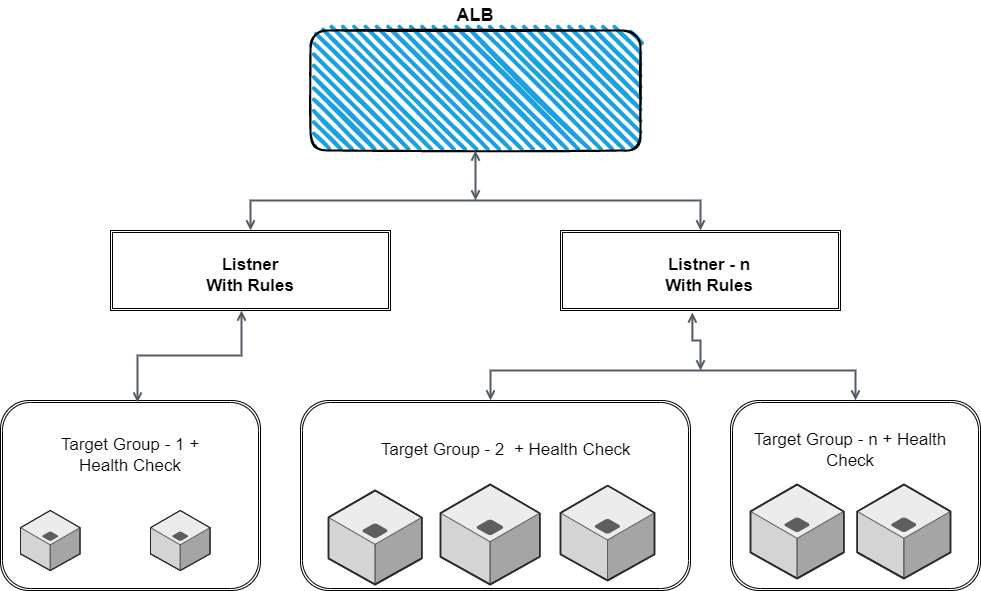
Above: Tools/ALB.drawio.png in ManuGeorge96/ManuGeorge96 (draw.io), before the change. Source tidied: cells renumbered, new cells last; positions are measured from the earlier drawing's top-left corner, leaving out a move shared by most shapes.
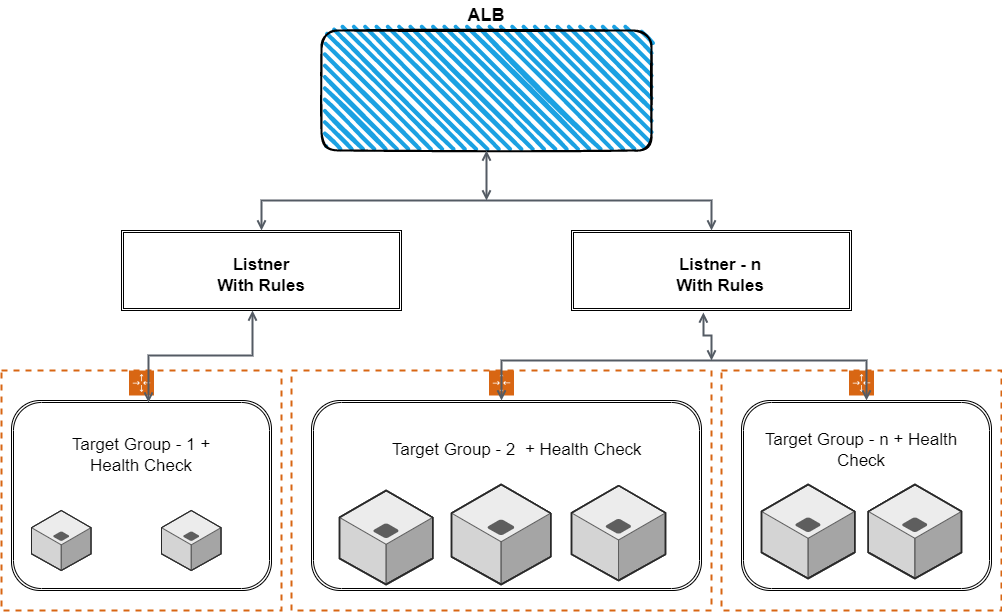
The same file after the commit.

Diff of the diagram source:
```diff
@@ -2,6 +2,15 @@
   <root>
     <mxCell id="0" />
     <mxCell id="1" parent="0" />
+    <mxCell id="26" value="Auto Scaling group" style="gradientColor=none;html=1;whiteSpace=wrap;fontSize=12;fontStyle=0;shape=mxgraph.aws4.groupCenter;grIcon=mxgraph.aws4.group_auto_scaling_group;grStroke=1;strokeColor=#D86613;fillColor=none;verticalAlign=top;align=center;fontColor=#D86613;dashed=1;spacingTop=25;strokeWidth=2;" parent="1" vertex="1">
+      <mxGeometry x="-10" y="370" width="280" height="240" as="geometry" />
+    </mxCell>
+    <mxCell id="27" value="Auto Scaling group" style="gradientColor=none;html=1;whiteSpace=wrap;fontSize=12;fontStyle=0;shape=mxgraph.aws4.groupCenter;grIcon=mxgraph.aws4.group_auto_scaling_group;grStroke=1;strokeColor=#D86613;fillColor=none;verticalAlign=top;align=center;fontColor=#D86613;dashed=1;spacingTop=25;strokeWidth=2;" parent="1" vertex="1">
+      <mxGeometry x="710" y="370" width="280" height="240" as="geometry" />
+    </mxCell>
+    <mxCell id="28" value="Auto Scaling group" style="gradientColor=none;html=1;whiteSpace=wrap;fontSize=12;fontStyle=0;shape=mxgraph.aws4.groupCenter;grIcon=mxgraph.aws4.group_auto_scaling_group;grStroke=1;strokeColor=#D86613;fillColor=none;verticalAlign=top;align=center;fontColor=#D86613;dashed=1;spacingTop=25;strokeWidth=2;" parent="1" vertex="1">
+      <mxGeometry x="280" y="370" width="420" height="240" as="geometry" />
+    </mxCell>
     <mxCell id="2" style="rounded=1;whiteSpace=wrap;html=1;strokeWidth=2;fillWeight=4;hachureGap=8;hachureAngle=45;fillColor=#1ba1e2;sketch=1;" parent="1" vertex="1">
       <mxGeometry x="310" y="30" width="330" height="120" as="geometry" />
     </mxCell>
@@ -75,14 +84,14 @@
     <mxCell id="23" style="edgeStyle=orthogonalEdgeStyle;html=1;endArrow=open;elbow=vertical;startArrow=open;startFill=0;endFill=0;strokeColor=#545B64;rounded=0;fontSize=18;entryX=0.5;entryY=0;entryDx=0;entryDy=0;strokeWidth=2;" parent="1" edge="1" source="4" target="5">
       <mxGeometry relative="1" as="geometry">
         <Array as="points">
-          <mxPoint x="490" y="370" />
-          <mxPoint x="855" y="370" />
+          <mxPoint x="490" y="360" />
+          <mxPoint x="855" y="360" />
         </Array>
       </mxGeometry>
     </mxCell>
     <mxCell id="24" style="edgeStyle=orthogonalEdgeStyle;html=1;endArrow=open;elbow=vertical;startArrow=open;startFill=0;endFill=0;strokeColor=#545B64;rounded=0;fontSize=18;exitX=0.471;exitY=1.025;exitDx=0;exitDy=0;exitPerimeter=0;strokeWidth=2;" parent="1" edge="1" source="18">
       <mxGeometry relative="1" as="geometry">
-        <mxPoint x="700" y="370" as="targetPoint" />
+        <mxPoint x="700" y="360" as="targetPoint" />
       </mxGeometry>
     </mxCell>
     <mxCell id="25" value="&lt;b&gt;ALB&lt;/b&gt;" style="text;html=1;strokeColor=none;fillColor=none;align=center;verticalAlign=middle;whiteSpace=wrap;rounded=0;fontSize=18;" parent="1" vertex="1">
```
